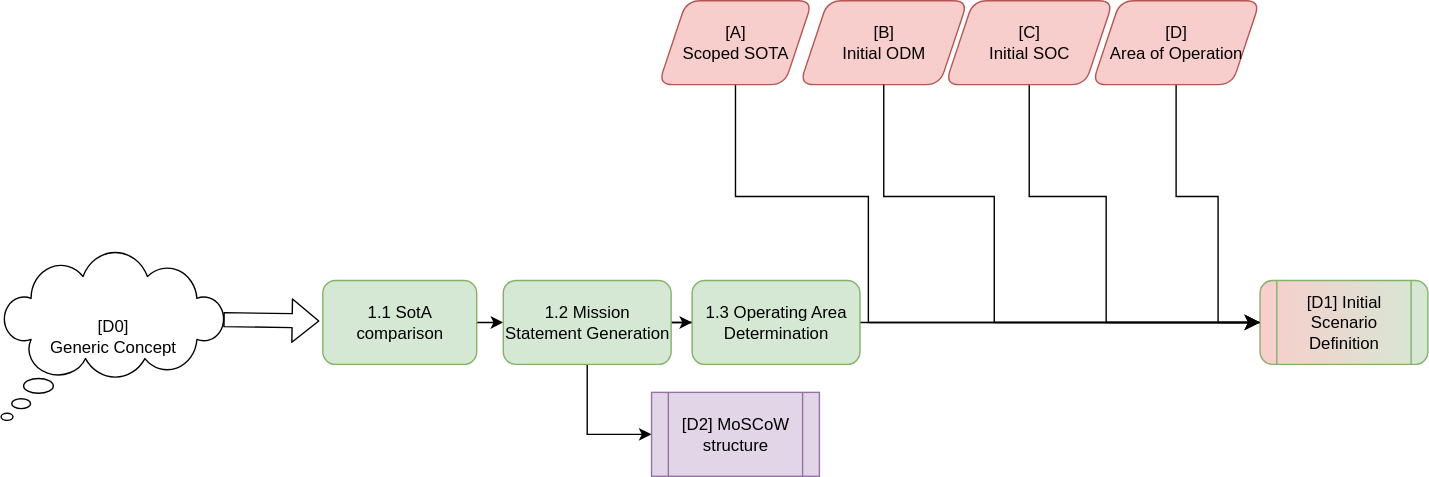
TortoiseFather/sacred-site keeps this draw.io diagram as diagrams/step-1.svg. Above is the earlier version. Source tidied: cells renumbered, new cells last; positions are measured from the earlier drawing's top-left corner, leaving out a move shared by most shapes.
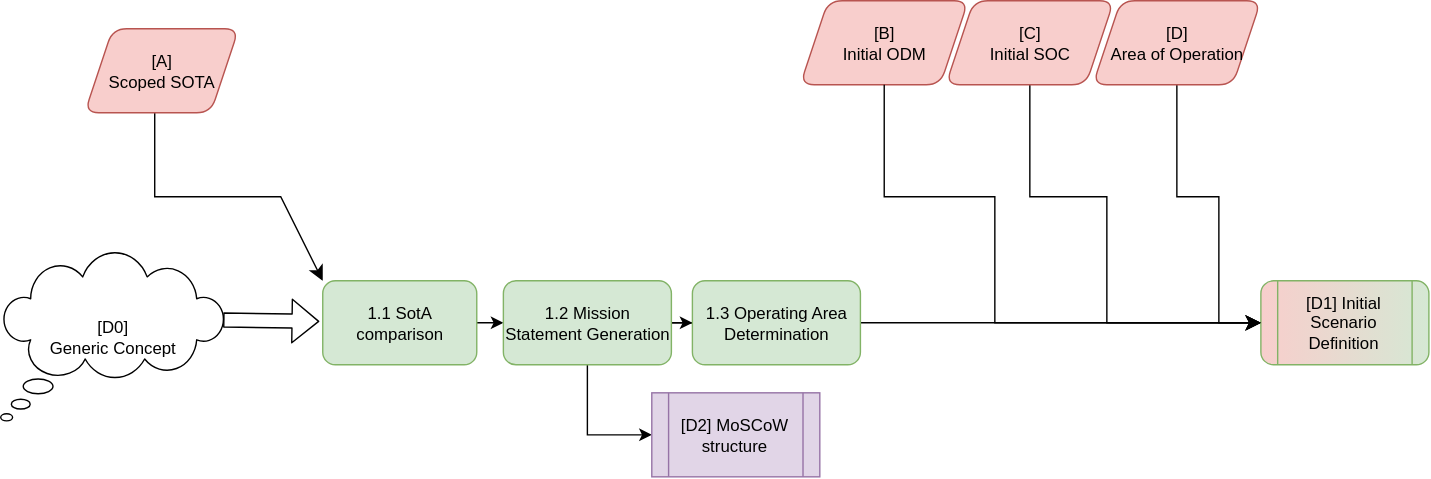
After the change.

Diff of the diagram source:
```diff
@@ -27,18 +27,17 @@
     <mxCell id="8" value="1.2 Mission Statement Generation" style="whiteSpace=wrap;html=1;rounded=1;strokeColor=#82b366;fillColor=#d5e8d4;" parent="1" vertex="1">
       <mxGeometry x="359" y="200" width="120" height="60" as="geometry" />
     </mxCell>
-    <mxCell id="9" style="edgeStyle=none;curved=0;rounded=0;jettySize=auto;html=1;entryX=0;entryY=0.5;entryDx=0;entryDy=0;fontSize=12;startSize=8;endSize=8;strokeColor=#000000;" parent="1" edge="1" source="10">
+    <mxCell id="9" style="edgeStyle=none;curved=0;rounded=0;jettySize=auto;html=1;entryX=0;entryY=0;entryDx=0;entryDy=0;fontSize=12;startSize=8;endSize=8;strokeColor=#000000;" parent="1" edge="1" target="11">
       <mxGeometry relative="1" as="geometry">
-        <mxPoint x="960" y="230" as="targetPoint" />
+        <mxPoint x="110" y="80" as="sourcePoint" />
         <Array as="points">
-          <mxPoint x="525" y="140" />
-          <mxPoint x="620" y="140" />
-          <mxPoint x="620" y="230" />
+          <mxPoint x="110" y="140" />
+          <mxPoint x="200" y="140" />
         </Array>
       </mxGeometry>
     </mxCell>
     <mxCell id="10" value="&lt;div&gt;&lt;span style=&quot;color: rgb(0, 0, 0);&quot;&gt;[A]&lt;/span&gt;&lt;/div&gt;&lt;div&gt;&lt;span style=&quot;color: rgb(0, 0, 0);&quot;&gt;Scoped SOTA&lt;/span&gt;&lt;/div&gt;" style="shape=parallelogram;perimeter=parallelogramPerimeter;whiteSpace=wrap;html=1;fixedSize=1;rounded=1;strokeColor=#b85450;fillColor=#f8cecc;" parent="1" vertex="1">
-      <mxGeometry x="470" width="110" height="60" as="geometry" />
+      <mxGeometry x="60" y="20" width="110" height="60" as="geometry" />
     </mxCell>
     <mxCell id="11" value="1.1 SotA comparison" style="rounded=1;whiteSpace=wrap;html=1;strokeColor=#82b366;fillColor=#d5e8d4;" parent="1" vertex="1">
       <mxGeometry x="230" y="200" width="110" height="60" as="geometry" />
```
